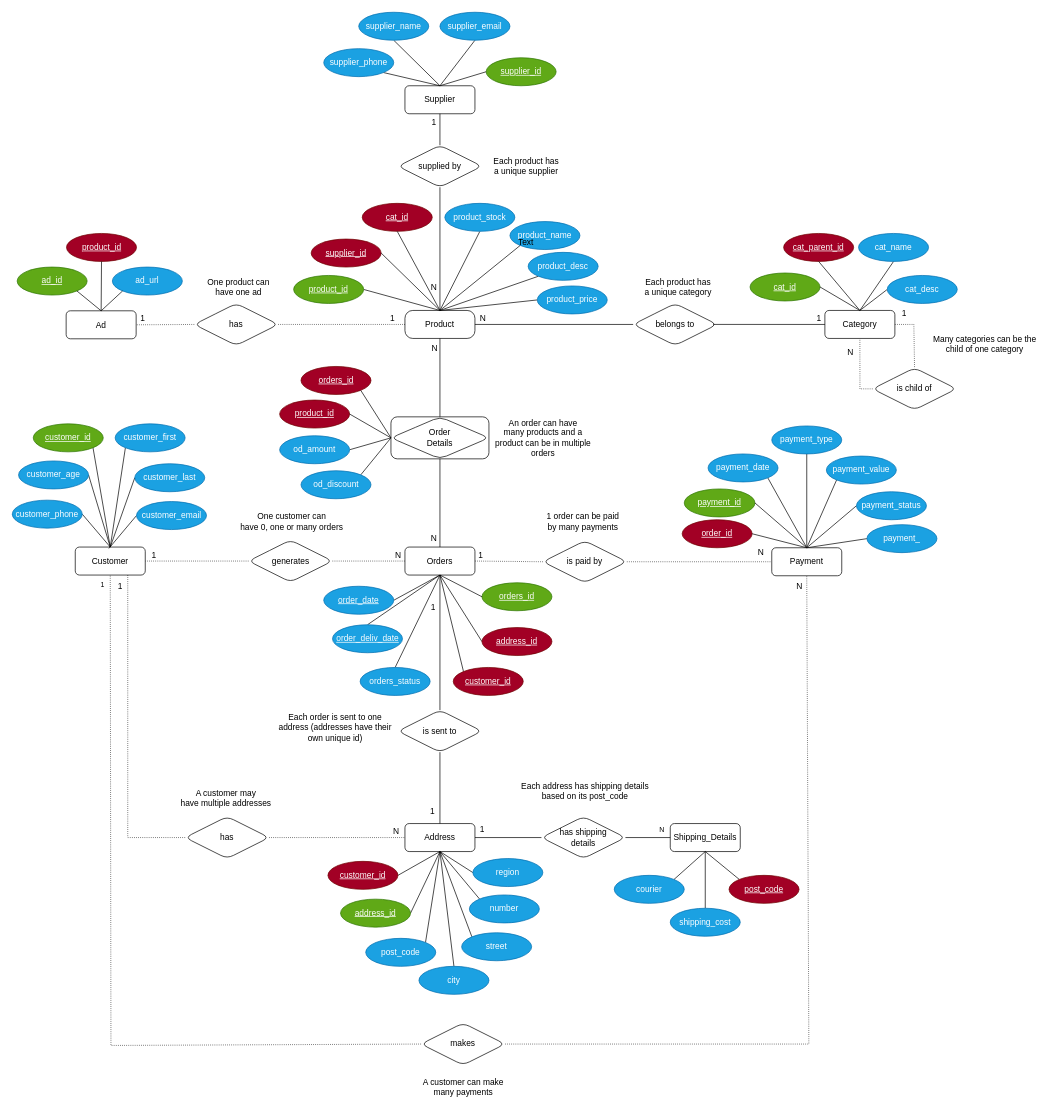
Earlier version of the draw.io diagram E_R_Diagram/17_2_Meeting_ER_diagram.drawio (diego-karsa/Data-Management-Group-15). Source tidied: cells renumbered, new cells numbered last; positions are measured from the earlier drawing's top-left corner, leaving out a move shared by most shapes. Both pictures are drawn from the tidied source at 70%, with x=0, y=0 at pixel (12, 12).
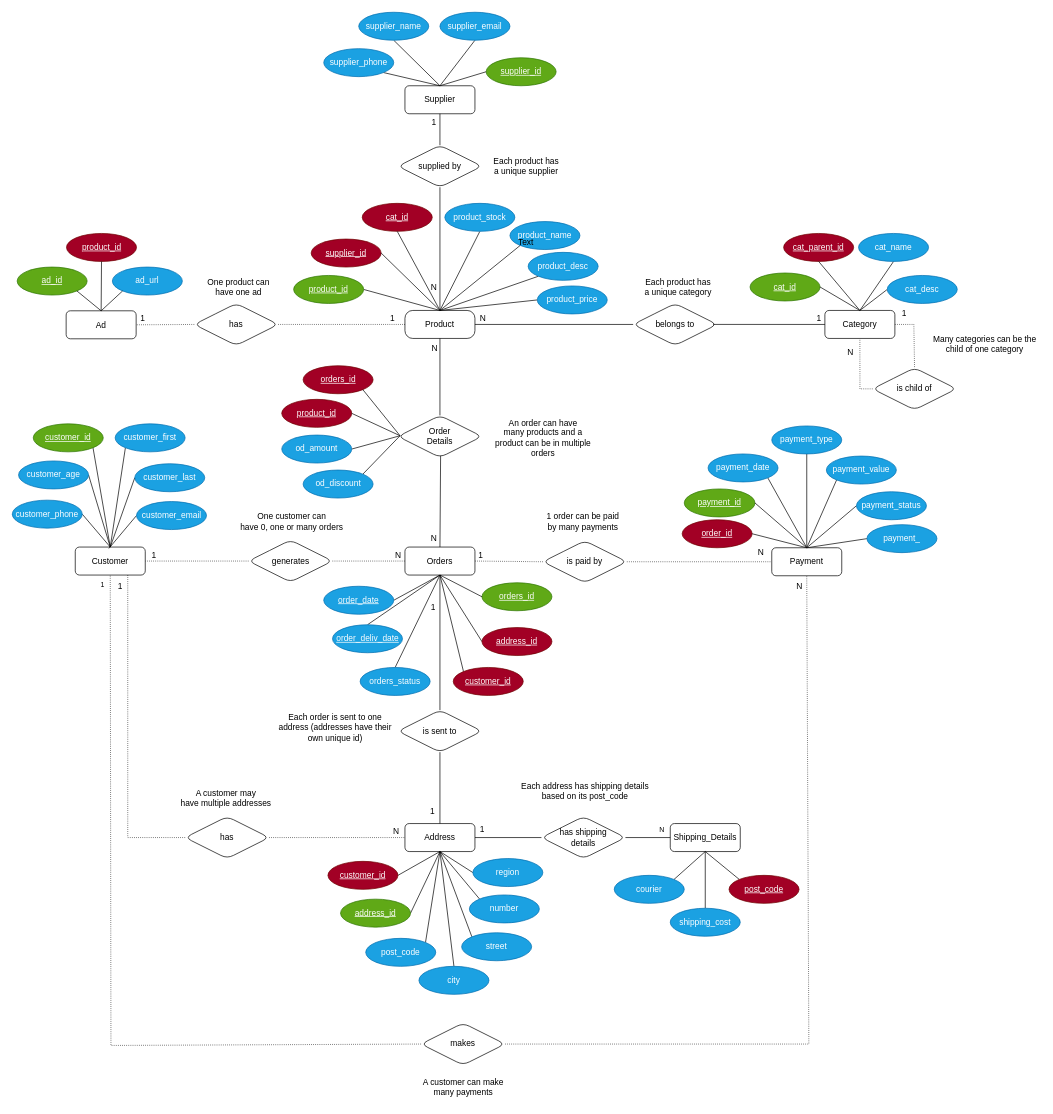
The same page after the edit.

Unchanged cells that the change refers to:
```xml
<mxCell id="7" value="Orders" style="whiteSpace=wrap;html=1;align=center;rounded=1;" parent="1" vertex="1">
  <mxGeometry x="561" y="764" width="100" height="40" as="geometry" />
</mxCell>
```

The edit, as a diff of the source:
```diff
@@
-    <mxCell id="28" style="edgeStyle=none;html=1;exitX=0;exitY=0.5;exitDx=0;exitDy=0;entryX=1;entryY=0.5;entryDx=0;entryDy=0;strokeColor=default;endArrow=none;endFill=0;" parent="1" edge="1" source="30" target="110">
-      <mxGeometry relative="1" as="geometry" />
+    <mxCell id="28" style="edgeStyle=none;html=1;exitX=0;exitY=0.5;exitDx=0;exitDy=0;entryX=1;entryY=0.5;entryDx=0;entryDy=0;strokeColor=default;endArrow=none;endFill=0;" parent="1" edge="1" target="110">
+      <mxGeometry relative="1" as="geometry">
+        <mxPoint x="554" y="605" as="sourcePoint" />
+      </mxGeometry>
     </mxCell>
-    <mxCell id="29" style="edgeStyle=none;html=1;exitX=0;exitY=0.5;exitDx=0;exitDy=0;entryX=1;entryY=0;entryDx=0;entryDy=0;strokeColor=default;endArrow=none;endFill=0;" parent="1" edge="1" source="30" target="111">
-      <mxGeometry relative="1" as="geometry" />
+    <mxCell id="29" style="edgeStyle=none;html=1;exitX=0;exitY=0.5;exitDx=0;exitDy=0;entryX=1;entryY=0;entryDx=0;entryDy=0;strokeColor=default;endArrow=none;endFill=0;" parent="1" edge="1" target="111">
+      <mxGeometry relative="1" as="geometry">
+        <mxPoint x="554" y="605" as="sourcePoint" />
+      </mxGeometry>
     </mxCell>
-    <mxCell id="30" value="&lt;div&gt;Order&lt;/div&gt;&lt;div&gt;Details&lt;/div&gt;" style="shape=associativeEntity;whiteSpace=wrap;html=1;align=center;rounded=1;" parent="1" vertex="1">
-      <mxGeometry x="541" y="578" width="140" height="60" as="geometry" />
-    </mxCell>
     <mxCell id="31" value="product_id" style="ellipse;whiteSpace=wrap;html=1;align=center;fontStyle=4;rounded=1;fillColor=#a20025;fontColor=#ffffff;strokeColor=#6F0000;" parent="1" vertex="1">
-      <mxGeometry x="382" y="554" width="100" height="40" as="geometry" />
+      <mxGeometry x="385" y="553" width="100" height="40" as="geometry" />
     </mxCell>
     <mxCell id="32" value="&lt;div&gt;orders_id&lt;/div&gt;" style="ellipse;whiteSpace=wrap;html=1;align=center;fontStyle=4;rounded=1;fillColor=#a20025;fontColor=#ffffff;strokeColor=#6F0000;" parent="1" vertex="1">
-      <mxGeometry x="412.5" y="506" width="100" height="40" as="geometry" />
+      <mxGeometry x="415.5" y="505" width="100" height="40" as="geometry" />
     </mxCell>
-    <mxCell id="33" style="endArrow=none;html=1;rounded=0;entryX=0.5;entryY=0;entryDx=0;entryDy=0;exitX=0.5;exitY=1;exitDx=0;exitDy=0;" parent="1" edge="1" source="30" target="7">
+    <mxCell id="33" style="endArrow=none;html=1;rounded=0;entryX=0.5;entryY=0;entryDx=0;entryDy=0;exitX=0.508;exitY=0.912;exitDx=0;exitDy=0;exitPerimeter=0;" parent="1" edge="1" source="30" target="7">
       <mxGeometry relative="1" as="geometry" />
     </mxCell>
@@
-    <mxCell id="35" style="endArrow=none;html=1;rounded=0;entryX=1;entryY=1;entryDx=0;entryDy=0;exitX=0;exitY=0.5;exitDx=0;exitDy=0;" parent="1" edge="1" source="30" target="32">
-      <mxGeometry relative="1" as="geometry" />
+    <mxCell id="35" style="endArrow=none;html=1;rounded=0;entryX=1;entryY=1;entryDx=0;entryDy=0;exitX=0;exitY=0.5;exitDx=0;exitDy=0;" parent="1" edge="1" target="32">
+      <mxGeometry relative="1" as="geometry">
+        <mxPoint x="554" y="605" as="sourcePoint" />
+      </mxGeometry>
     </mxCell>
-    <mxCell id="36" style="endArrow=none;html=1;rounded=0;entryX=1;entryY=0.5;entryDx=0;entryDy=0;exitX=0;exitY=0.5;exitDx=0;exitDy=0;" parent="1" edge="1" source="30" target="31">
-      <mxGeometry relative="1" as="geometry" />
+    <mxCell id="36" style="endArrow=none;html=1;rounded=0;entryX=1;entryY=0.5;entryDx=0;entryDy=0;exitX=0;exitY=0.5;exitDx=0;exitDy=0;" parent="1" edge="1" target="31">
+      <mxGeometry relative="1" as="geometry">
+        <mxPoint x="554" y="605" as="sourcePoint" />
+      </mxGeometry>
     </mxCell>
@@
     <mxCell id="110" value="&lt;div&gt;od_amount&lt;/div&gt;" style="ellipse;whiteSpace=wrap;html=1;align=center;fontStyle=0;rounded=1;fillColor=#1ba1e2;fontColor=#ffffff;strokeColor=#006EAF;" parent="1" vertex="1">
-      <mxGeometry x="382" y="605" width="100" height="40" as="geometry" />
+      <mxGeometry x="385" y="604" width="100" height="40" as="geometry" />
     </mxCell>
     <mxCell id="111" value="&lt;div&gt;od_discount&lt;/div&gt;" style="ellipse;whiteSpace=wrap;html=1;align=center;fontStyle=0;rounded=1;fillColor=#1ba1e2;fontColor=#ffffff;strokeColor=#006EAF;" parent="1" vertex="1">
-      <mxGeometry x="412.5" y="655" width="100" height="40" as="geometry" />
+      <mxGeometry x="415.5" y="654" width="100" height="40" as="geometry" />
     </mxCell>
@@
+    <mxCell id="30" value="Order&lt;br&gt;Details" style="shape=rhombus;perimeter=rhombusPerimeter;whiteSpace=wrap;html=1;align=center;rounded=1;" parent="1" vertex="1">
+      <mxGeometry x="551" y="576" width="120" height="60" as="geometry" />
+    </mxCell>
```
